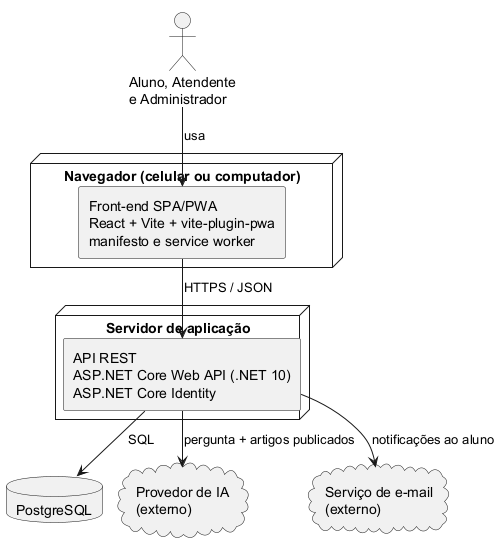
Earlier version of the PlantUML export docs/figuras/arquitetura.png (Bitforgee/One).
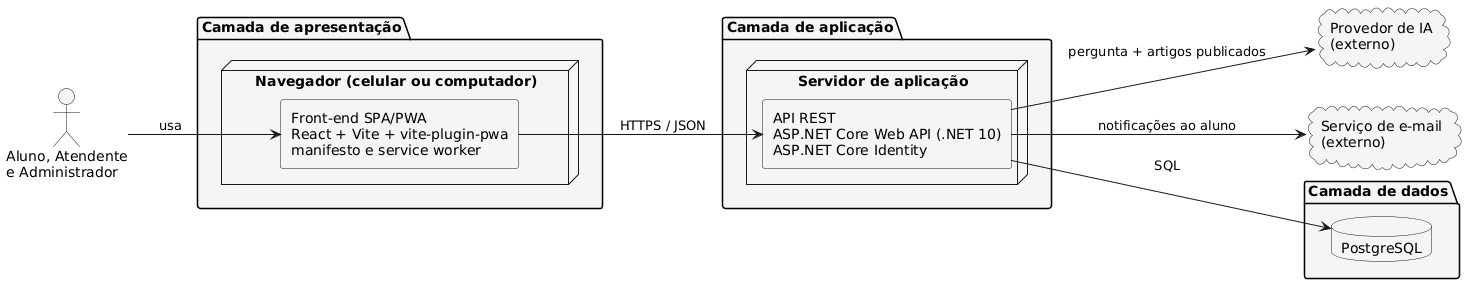
After the change.

Commit message:
docs(figuras): redraw proposed architecture in layers

What changed in the source:
```diff
@@ -1,19 +1,26 @@
-@startuml arquitetura
-!pragma layout smetana
+@startuml
 skinparam shadowing false
 skinparam componentStyle rectangle
+left to right direction
 
 actor "Aluno, Atendente\ne Administrador" as Usuario
 
-node "Navegador (celular ou computador)" {
-  component "Front-end SPA/PWA\nReact + Vite + vite-plugin-pwa\nmanifesto e service worker" as Frontend
+package "Camada de apresentação" #F5F5F5 {
+  node "Navegador (celular ou computador)" {
+    component "Front-end SPA/PWA\nReact + Vite + vite-plugin-pwa\nmanifesto e service worker" as Frontend
+  }
 }
 
-node "Servidor de aplicação" {
-  component "API REST\nASP.NET Core Web API (.NET 10)\nASP.NET Core Identity" as Api
+package "Camada de aplicação" #F5F5F5 {
+  node "Servidor de aplicação" {
+    component "API REST\nASP.NET Core Web API (.NET 10)\nASP.NET Core Identity" as Api
+  }
 }
 
-database "PostgreSQL" as Banco
+package "Camada de dados" #F5F5F5 {
+  database "PostgreSQL" as Banco
+}
+
 cloud "Provedor de IA\n(externo)" as IA
 cloud "Serviço de e-mail\n(externo)" as Email
 
```
